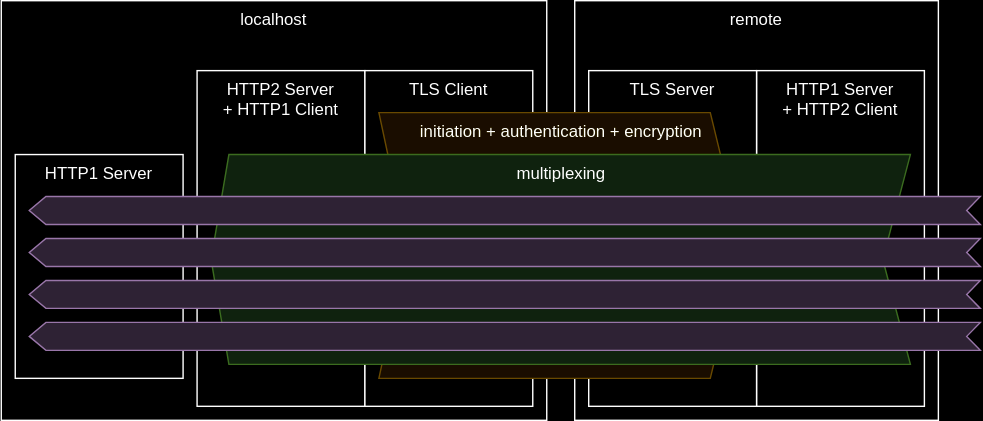
This is diagram.drawio.svg from boronine/h2tunnel, a draw.io export, as it was before one commit. Source tidied: cells renumbered, new cells last; positions are measured from the earlier drawing's top-left corner, leaving out a move shared by most shapes. Source of this version:
```xml
<mxGraphModel>
  <root>
    <mxCell id="0" />
    <mxCell id="1" parent="0" />
    <mxCell id="2" value="&lt;span style=&quot;text-wrap: nowrap;&quot;&gt;remote&lt;/span&gt;" style="html=1;whiteSpace=wrap;verticalAlign=top;" parent="1" vertex="1">
      <mxGeometry x="410" width="260" height="300" as="geometry" />
    </mxCell>
    <mxCell id="3" value="&lt;span style=&quot;text-wrap: nowrap;&quot;&gt;HTTP1 Server&lt;/span&gt;&lt;div&gt;&lt;span style=&quot;text-wrap: nowrap;&quot;&gt;+ HTTP2 Client&lt;/span&gt;&lt;/div&gt;" style="html=1;whiteSpace=wrap;verticalAlign=top;" parent="1" vertex="1">
      <mxGeometry x="540" y="50" width="120" height="240" as="geometry" />
    </mxCell>
    <mxCell id="4" value="&lt;span style=&quot;text-wrap: nowrap;&quot;&gt;localhost&lt;/span&gt;" style="html=1;whiteSpace=wrap;verticalAlign=top;" parent="1" vertex="1">
      <mxGeometry width="390" height="300" as="geometry" />
    </mxCell>
    <mxCell id="5" value="&lt;span style=&quot;text-wrap: nowrap;&quot;&gt;HTTP1 Server&lt;/span&gt;" style="html=1;whiteSpace=wrap;verticalAlign=top;" parent="1" vertex="1">
      <mxGeometry x="10" y="110" width="120" height="160" as="geometry" />
    </mxCell>
    <mxCell id="6" value="&lt;span style=&quot;text-wrap: nowrap;&quot;&gt;HTTP2 Server&lt;/span&gt;&lt;div&gt;&lt;span style=&quot;text-wrap: nowrap;&quot;&gt;+ HTTP1 Client&lt;/span&gt;&lt;/div&gt;" style="html=1;whiteSpace=wrap;verticalAlign=top;" parent="1" vertex="1">
      <mxGeometry x="140" y="50" width="120" height="240" as="geometry" />
    </mxCell>
    <mxCell id="7" value="&lt;div&gt;&lt;span style=&quot;text-wrap: nowrap;&quot;&gt;TLS&lt;/span&gt;&lt;span style=&quot;text-wrap: nowrap; background-color: initial;&quot;&gt;&amp;nbsp;Client&lt;/span&gt;&lt;/div&gt;" style="html=1;whiteSpace=wrap;verticalAlign=top;" parent="1" vertex="1">
      <mxGeometry x="260" y="50" width="120" height="240" as="geometry" />
    </mxCell>
    <mxCell id="8" style="ellipse;whiteSpace=wrap;html=1;align=center;fillColor=none;strokeColor=none;perimeter=centerPerimeter;" parent="1" vertex="1">
      <mxGeometry x="400" y="100" width="10" height="10" as="geometry" />
    </mxCell>
    <mxCell id="9" value="&lt;div&gt;&lt;span style=&quot;text-wrap: nowrap;&quot;&gt;TLS Server&lt;/span&gt;&lt;/div&gt;" style="html=1;whiteSpace=wrap;verticalAlign=top;" parent="1" vertex="1">
      <mxGeometry x="420" y="50" width="120" height="240" as="geometry" />
    </mxCell>
    <mxCell id="10" value="initiation + authentication + encryption" style="html=1;shadow=0;dashed=0;align=center;verticalAlign=top;shape=mxgraph.arrows2.arrow;dy=0;dx=23.08;notch=20.25;rotation=0;fillColor=#fff2cc;strokeColor=#d6b656;horizontal=1;" parent="1" vertex="1">
      <mxGeometry x="270" y="80" width="260" height="190" as="geometry" />
    </mxCell>
    <mxCell id="11" value="multiplexing&lt;div&gt;&lt;br&gt;&lt;/div&gt;" style="html=1;shadow=0;dashed=0;align=center;verticalAlign=top;shape=mxgraph.arrows2.arrow;dy=0;dx=12.75;notch=19.75;flipH=1;fillColor=#d5e8d4;strokeColor=#82b366;" parent="1" vertex="1">
      <mxGeometry x="150" y="110" width="500" height="150" as="geometry" />
    </mxCell>
    <mxCell id="12" style="html=1;shadow=0;dashed=0;align=center;verticalAlign=middle;shape=mxgraph.arrows2.arrow;dy=0;dx=11.92;notch=9.75;flipH=1;fillColor=#e1d5e7;strokeColor=#9673a6;" parent="1" vertex="1">
      <mxGeometry x="20" y="140" width="680" height="20" as="geometry" />
    </mxCell>
    <mxCell id="13" style="html=1;shadow=0;dashed=0;align=center;verticalAlign=middle;shape=mxgraph.arrows2.arrow;dy=0;dx=11.92;notch=9.75;flipH=1;fillColor=#e1d5e7;strokeColor=#9673a6;" parent="1" vertex="1">
      <mxGeometry x="20" y="170" width="680" height="20" as="geometry" />
    </mxCell>
    <mxCell id="14" style="html=1;shadow=0;dashed=0;align=center;verticalAlign=middle;shape=mxgraph.arrows2.arrow;dy=0;dx=11.92;notch=9.75;flipH=1;fillColor=#e1d5e7;strokeColor=#9673a6;" parent="1" vertex="1">
      <mxGeometry x="20" y="200" width="680" height="20" as="geometry" />
    </mxCell>
    <mxCell id="15" style="html=1;shadow=0;dashed=0;align=center;verticalAlign=middle;shape=mxgraph.arrows2.arrow;dy=0;dx=11.92;notch=9.75;flipH=1;fillColor=#e1d5e7;strokeColor=#9673a6;" parent="1" vertex="1">
      <mxGeometry x="20" y="230" width="680" height="20" as="geometry" />
    </mxCell>
  </root>
</mxGraphModel>
```
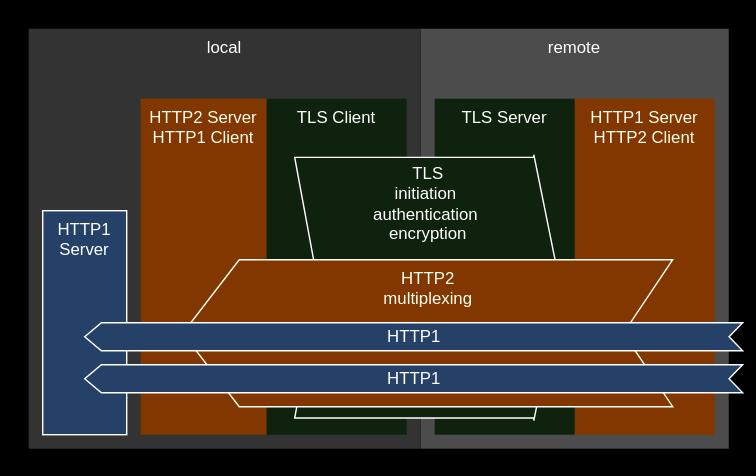
After the commit.

The edit, as a diff of the source:
```diff
@@ -2,47 +2,44 @@
   <root>
     <mxCell id="0" />
     <mxCell id="1" parent="0" />
+    <mxCell id="16" style="rounded=0;whiteSpace=wrap;html=1;strokeColor=none;" parent="1" vertex="1">
+      <mxGeometry x="90" y="-20" width="540" height="340" as="geometry" />
+    </mxCell>
-    <mxCell id="2" value="&lt;span style=&quot;text-wrap: nowrap;&quot;&gt;remote&lt;/span&gt;" style="html=1;whiteSpace=wrap;verticalAlign=top;" parent="1" vertex="1">
-      <mxGeometry x="410" width="260" height="300" as="geometry" />
+    <mxCell id="2" value="&lt;span style=&quot;text-wrap: nowrap;&quot;&gt;remote&lt;/span&gt;" style="html=1;whiteSpace=wrap;verticalAlign=top;fillColor=#B3B3B3;strokeColor=none;" parent="1" vertex="1">
+      <mxGeometry x="390" width="220" height="300" as="geometry" />
     </mxCell>
-    <mxCell id="3" value="&lt;span style=&quot;text-wrap: nowrap;&quot;&gt;HTTP1 Server&lt;/span&gt;&lt;div&gt;&lt;span style=&quot;text-wrap: nowrap;&quot;&gt;+ HTTP2 Client&lt;/span&gt;&lt;/div&gt;" style="html=1;whiteSpace=wrap;verticalAlign=top;" parent="1" vertex="1">
-      <mxGeometry x="540" y="50" width="120" height="240" as="geometry" />
+    <mxCell id="3" value="&lt;span style=&quot;text-wrap: nowrap;&quot;&gt;HTTP1 Server&lt;/span&gt;&lt;div&gt;&lt;span style=&quot;text-wrap: nowrap;&quot;&gt;HTTP2 Client&lt;/span&gt;&lt;/div&gt;" style="html=1;whiteSpace=wrap;verticalAlign=top;fillColor=#FFB366;strokeColor=none;" parent="1" vertex="1">
+      <mxGeometry x="500" y="50" width="100" height="240" as="geometry" />
     </mxCell>
-    <mxCell id="4" value="&lt;span style=&quot;text-wrap: nowrap;&quot;&gt;localhost&lt;/span&gt;" style="html=1;whiteSpace=wrap;verticalAlign=top;" parent="1" vertex="1">
-      <mxGeometry width="390" height="300" as="geometry" />
+    <mxCell id="4" value="&lt;span style=&quot;text-wrap: nowrap;&quot;&gt;local&lt;/span&gt;" style="html=1;whiteSpace=wrap;verticalAlign=top;fillColor=#CCCCCC;strokeColor=none;" parent="1" vertex="1">
+      <mxGeometry x="110" width="280" height="300" as="geometry" />
     </mxCell>
-    <mxCell id="5" value="&lt;span style=&quot;text-wrap: nowrap;&quot;&gt;HTTP1 Server&lt;/span&gt;" style="html=1;whiteSpace=wrap;verticalAlign=top;" parent="1" vertex="1">
-      <mxGeometry x="10" y="110" width="120" height="160" as="geometry" />
+    <mxCell id="5" value="&lt;span style=&quot;text-wrap: nowrap;&quot;&gt;HTTP1&lt;/span&gt;&lt;div&gt;&lt;span style=&quot;text-wrap: nowrap;&quot;&gt;Server&lt;/span&gt;&lt;/div&gt;" style="html=1;whiteSpace=wrap;verticalAlign=top;fillColor=#A9C4EB;strokeColor=default;" parent="1" vertex="1">
+      <mxGeometry x="120" y="130" width="60" height="160" as="geometry" />
     </mxCell>
-    <mxCell id="6" value="&lt;span style=&quot;text-wrap: nowrap;&quot;&gt;HTTP2 Server&lt;/span&gt;&lt;div&gt;&lt;span style=&quot;text-wrap: nowrap;&quot;&gt;+ HTTP1 Client&lt;/span&gt;&lt;/div&gt;" style="html=1;whiteSpace=wrap;verticalAlign=top;" parent="1" vertex="1">
-      <mxGeometry x="140" y="50" width="120" height="240" as="geometry" />
+    <mxCell id="6" value="&lt;span style=&quot;text-wrap: nowrap;&quot;&gt;HTTP2 Server&lt;/span&gt;&lt;div&gt;&lt;span style=&quot;text-wrap: nowrap; background-color: initial;&quot;&gt;HTTP1 Client&lt;/span&gt;&lt;br&gt;&lt;/div&gt;" style="html=1;whiteSpace=wrap;verticalAlign=top;fillColor=#FFB366;strokeColor=none;" parent="1" vertex="1">
+      <mxGeometry x="190" y="50" width="90" height="240" as="geometry" />
     </mxCell>
-    <mxCell id="7" value="&lt;div&gt;&lt;span style=&quot;text-wrap: nowrap;&quot;&gt;TLS&lt;/span&gt;&lt;span style=&quot;text-wrap: nowrap; background-color: initial;&quot;&gt;&amp;nbsp;Client&lt;/span&gt;&lt;/div&gt;" style="html=1;whiteSpace=wrap;verticalAlign=top;" parent="1" vertex="1">
-      <mxGeometry x="260" y="50" width="120" height="240" as="geometry" />
+    <mxCell id="7" value="&lt;div&gt;&lt;span style=&quot;text-wrap: nowrap;&quot;&gt;TLS&lt;/span&gt;&lt;span style=&quot;text-wrap: nowrap; background-color: initial;&quot;&gt;&amp;nbsp;Client&lt;/span&gt;&lt;/div&gt;" style="html=1;whiteSpace=wrap;verticalAlign=top;fillColor=#D5E8D4;strokeColor=none;" parent="1" vertex="1">
+      <mxGeometry x="280" y="50" width="100" height="240" as="geometry" />
     </mxCell>
     <mxCell id="8" style="ellipse;whiteSpace=wrap;html=1;align=center;fillColor=none;strokeColor=none;perimeter=centerPerimeter;" parent="1" vertex="1">
-      <mxGeometry x="400" y="100" width="10" height="10" as="geometry" />
+      <mxGeometry x="390" y="100" width="10" height="10" as="geometry" />
     </mxCell>
-    <mxCell id="9" value="&lt;div&gt;&lt;span style=&quot;text-wrap: nowrap;&quot;&gt;TLS Server&lt;/span&gt;&lt;/div&gt;" style="html=1;whiteSpace=wrap;verticalAlign=top;" parent="1" vertex="1">
-      <mxGeometry x="420" y="50" width="120" height="240" as="geometry" />
+    <mxCell id="9" value="&lt;div&gt;&lt;span style=&quot;text-wrap: nowrap;&quot;&gt;TLS Server&lt;/span&gt;&lt;/div&gt;" style="html=1;whiteSpace=wrap;verticalAlign=top;strokeColor=none;fillColor=#D5E8D4;" parent="1" vertex="1">
+      <mxGeometry x="400" y="50" width="100" height="240" as="geometry" />
     </mxCell>
-    <mxCell id="10" value="initiation + authentication + encryption" style="html=1;shadow=0;dashed=0;align=center;verticalAlign=top;shape=mxgraph.arrows2.arrow;dy=0;dx=23.08;notch=20.25;rotation=0;fillColor=#fff2cc;strokeColor=#d6b656;horizontal=1;" parent="1" vertex="1">
-      <mxGeometry x="270" y="80" width="260" height="190" as="geometry" />
+    <mxCell id="10" value="TLS&lt;div&gt;initiation&amp;nbsp;&lt;div&gt;authentication&amp;nbsp;&lt;/div&gt;&lt;div&gt;encryption&lt;/div&gt;&lt;/div&gt;" style="html=1;shadow=0;dashed=0;align=center;verticalAlign=top;shape=mxgraph.arrows2.arrow;dy=0.02;dx=19.2;notch=17.2;rotation=0;fillColor=#D5E8D4;strokeColor=default;horizontal=1;" parent="1" vertex="1">
+      <mxGeometry x="300" y="90" width="190" height="190" as="geometry" />
     </mxCell>
-    <mxCell id="11" value="multiplexing&lt;div&gt;&lt;br&gt;&lt;/div&gt;" style="html=1;shadow=0;dashed=0;align=center;verticalAlign=top;shape=mxgraph.arrows2.arrow;dy=0;dx=12.75;notch=19.75;flipH=1;fillColor=#d5e8d4;strokeColor=#82b366;" parent="1" vertex="1">
-      <mxGeometry x="150" y="110" width="500" height="150" as="geometry" />
+    <mxCell id="11" value="HTTP2&lt;div&gt;multiplexing&lt;div&gt;&lt;br&gt;&lt;/div&gt;&lt;/div&gt;" style="html=1;shadow=0;dashed=0;align=center;verticalAlign=top;shape=mxgraph.arrows2.arrow;dy=0;dx=40.4;notch=35.2;flipH=1;fillColor=#FFB366;strokeColor=default;" parent="1" vertex="1">
+      <mxGeometry x="220" y="165" width="350" height="105" as="geometry" />
     </mxCell>
-    <mxCell id="12" style="html=1;shadow=0;dashed=0;align=center;verticalAlign=middle;shape=mxgraph.arrows2.arrow;dy=0;dx=11.92;notch=9.75;flipH=1;fillColor=#e1d5e7;strokeColor=#9673a6;" parent="1" vertex="1">
-      <mxGeometry x="20" y="140" width="680" height="20" as="geometry" />
+    <mxCell id="12" value="HTTP1" style="html=1;shadow=0;dashed=0;align=center;verticalAlign=middle;shape=mxgraph.arrows2.arrow;dy=0;dx=11.92;notch=9.75;flipH=1;fillColor=#A9C4EB;strokeColor=default;" parent="1" vertex="1">
+      <mxGeometry x="150" y="210" width="470" height="20" as="geometry" />
     </mxCell>
-    <mxCell id="13" style="html=1;shadow=0;dashed=0;align=center;verticalAlign=middle;shape=mxgraph.arrows2.arrow;dy=0;dx=11.92;notch=9.75;flipH=1;fillColor=#e1d5e7;strokeColor=#9673a6;" parent="1" vertex="1">
-      <mxGeometry x="20" y="170" width="680" height="20" as="geometry" />
+    <mxCell id="13" value="HTTP1" style="html=1;shadow=0;dashed=0;align=center;verticalAlign=middle;shape=mxgraph.arrows2.arrow;dy=0;dx=11.92;notch=9.75;flipH=1;fillColor=#A9C4EB;strokeColor=default;" parent="1" vertex="1">
+      <mxGeometry x="150" y="240" width="470" height="20" as="geometry" />
     </mxCell>
-    <mxCell id="14" style="html=1;shadow=0;dashed=0;align=center;verticalAlign=middle;shape=mxgraph.arrows2.arrow;dy=0;dx=11.92;notch=9.75;flipH=1;fillColor=#e1d5e7;strokeColor=#9673a6;" parent="1" vertex="1">
-      <mxGeometry x="20" y="200" width="680" height="20" as="geometry" />
-    </mxCell>
-    <mxCell id="15" style="html=1;shadow=0;dashed=0;align=center;verticalAlign=middle;shape=mxgraph.arrows2.arrow;dy=0;dx=11.92;notch=9.75;flipH=1;fillColor=#e1d5e7;strokeColor=#9673a6;" parent="1" vertex="1">
-      <mxGeometry x="20" y="230" width="680" height="20" as="geometry" />
-    </mxCell>
   </root>
 </mxGraphModel>
```
